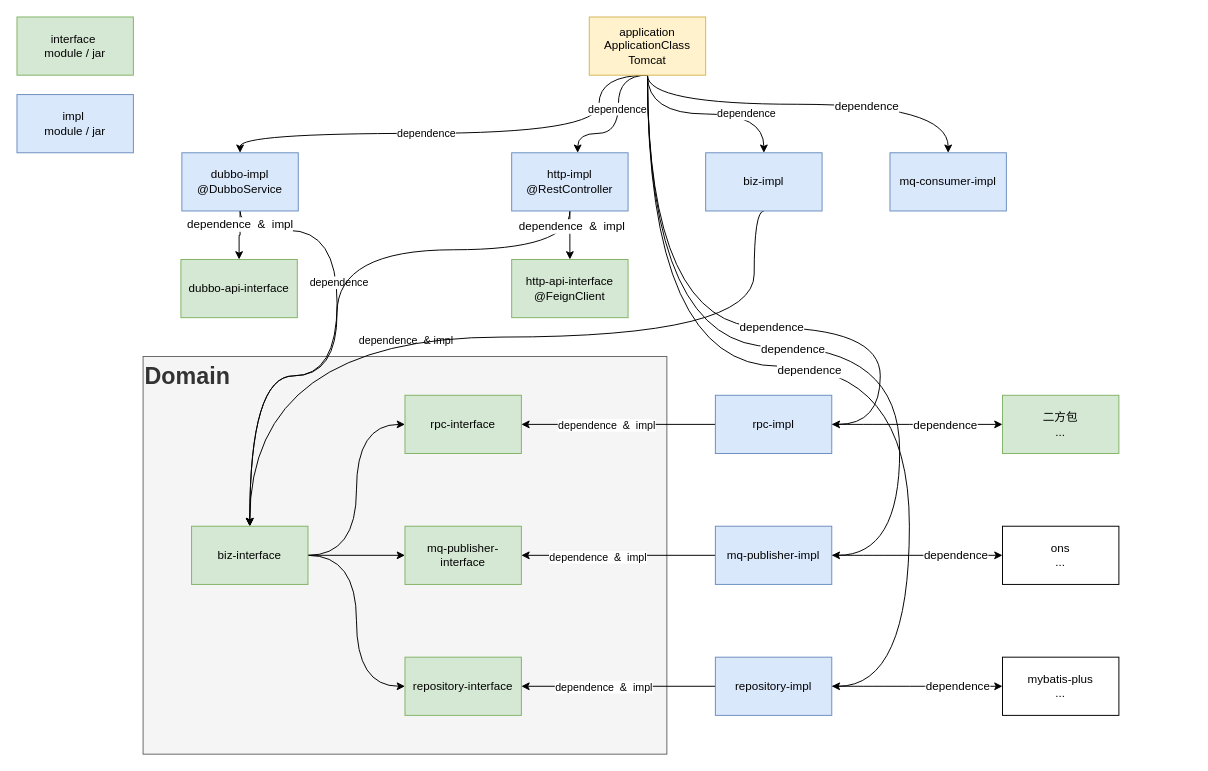
Earlier version of the draw.io diagram 传易二代脚手架.drawio (catface996/images). Source tidied: cells renumbered, new cells numbered last; positions are measured from the earlier drawing's top-left corner, leaving out a move shared by most shapes. Both pictures are drawn from the tidied source at 97%, with x=0, y=0 at pixel (16, 16).
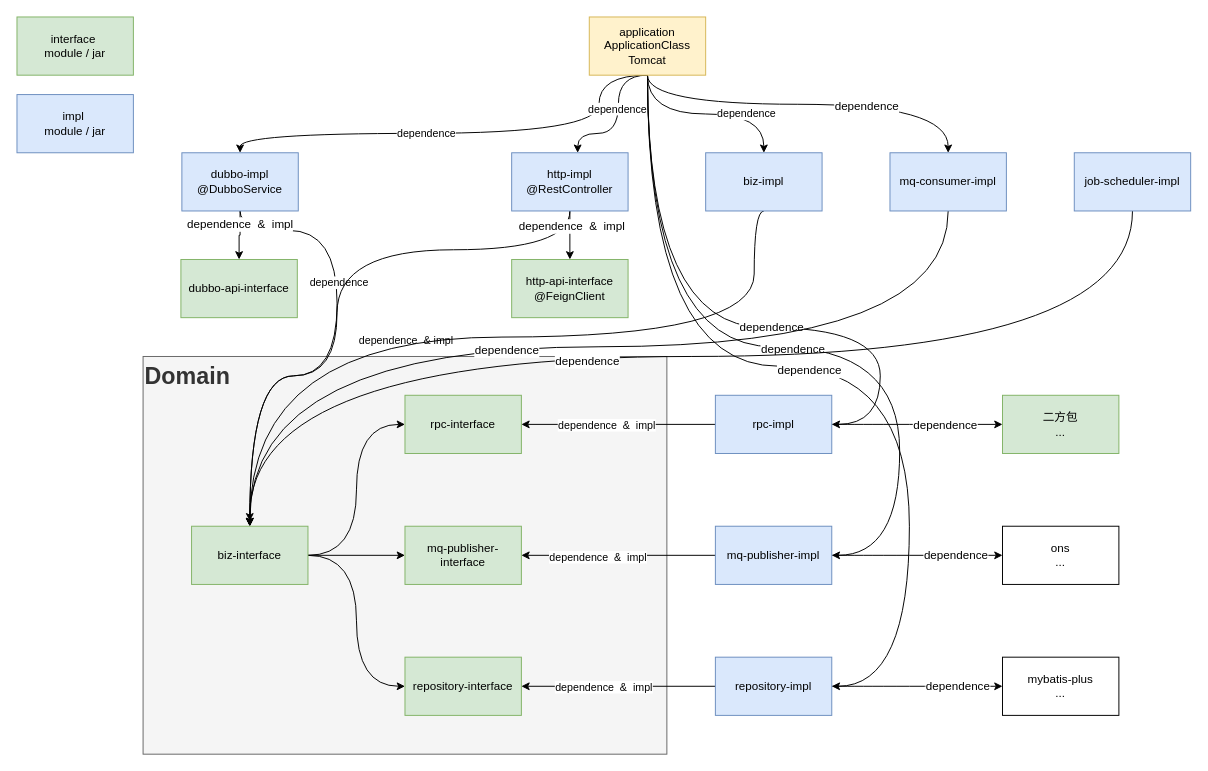
The same page after the edit.

Commit message:
更新传易二代脚手架.drawio

Unchanged cells that the change refers to:
```xml
<mxCell id="31" value="biz-interface&lt;br&gt;" style="rounded=0;whiteSpace=wrap;html=1;fillColor=#d5e8d4;strokeColor=#82b366;" parent="1" vertex="1">
  <mxGeometry x="180" y="525" width="120" height="60" as="geometry" />
</mxCell>
<mxCell id="53" value="mq-consumer-impl" style="rounded=0;whiteSpace=wrap;html=1;fontSize=12;fillColor=#dae8fc;strokeColor=#6c8ebf;" parent="1" vertex="1">
  <mxGeometry x="900" y="140" width="120" height="60" as="geometry" />
</mxCell>
```

What changed in the source:
```diff
@@
+    <mxCell id="59" style="edgeStyle=orthogonalEdgeStyle;curved=1;rounded=0;jettySize=auto;html=1;entryX=0.5;entryY=0;entryDx=0;entryDy=0;fontSize=12;exitX=0.5;exitY=1;exitDx=0;exitDy=0;" parent="1" edge="1" source="53" target="31">
+      <mxGeometry relative="1" as="geometry">
+        <Array as="points">
+          <mxPoint x="960" y="340" />
+          <mxPoint x="240" y="340" />
+        </Array>
+      </mxGeometry>
+    </mxCell>
+    <mxCell id="60" value="dependence" style="edgeLabel;html=1;align=center;verticalAlign=middle;fontSize=12;" parent="59" vertex="1">
+      <mxGeometry x="0.14" y="3" relative="1" as="geometry" />
+    </mxCell>
@@
+    <mxCell id="61" style="edgeStyle=orthogonalEdgeStyle;curved=1;rounded=0;jettySize=auto;html=1;fontSize=12;exitX=0.5;exitY=1;exitDx=0;exitDy=0;" parent="1" edge="1" source="63">
+      <mxGeometry relative="1" as="geometry">
+        <mxPoint x="240" y="520" as="targetPoint" />
+        <Array as="points">
+          <mxPoint x="1150" y="350" />
+          <mxPoint x="240" y="350" />
+        </Array>
+      </mxGeometry>
+    </mxCell>
+    <mxCell id="62" value="dependence" style="edgeLabel;html=1;align=center;verticalAlign=middle;fontSize=12;" parent="61" vertex="1">
+      <mxGeometry x="0.16" y="4" relative="1" as="geometry" />
+    </mxCell>
+    <mxCell id="63" value="job-scheduler-impl" style="rounded=0;whiteSpace=wrap;html=1;fontSize=12;fillColor=#dae8fc;strokeColor=#6c8ebf;" parent="1" vertex="1">
+      <mxGeometry x="1090" y="140" width="120" height="60" as="geometry" />
+    </mxCell>
```
